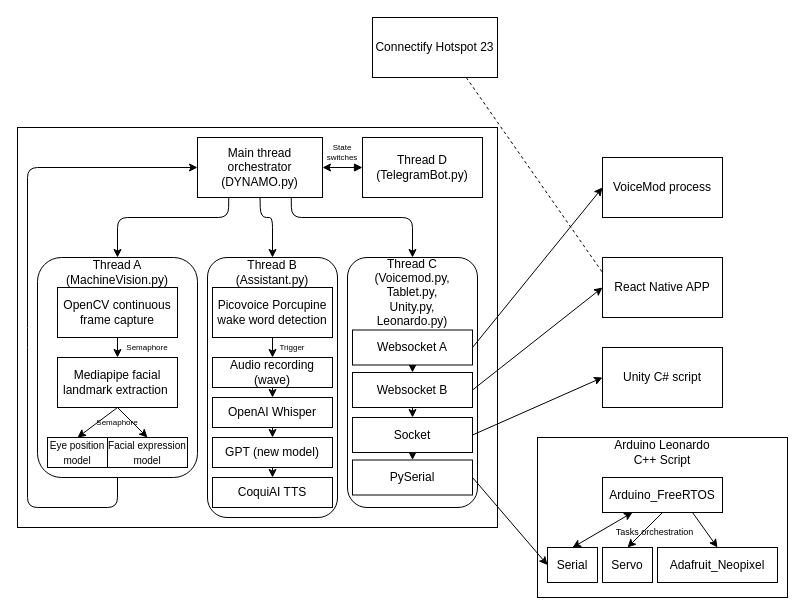
The draw.io diagram Software.drawio in MekhyW/DYNAMO-Electronic_Fursuit-2.0, before the edit. Source tidied: cells renumbered, new cells numbered last; positions are measured from the earlier drawing's top-left corner, leaving out a move shared by most shapes. Both pictures are drawn from the tidied source at 100%, with x=0, y=0 at pixel (17, 17).
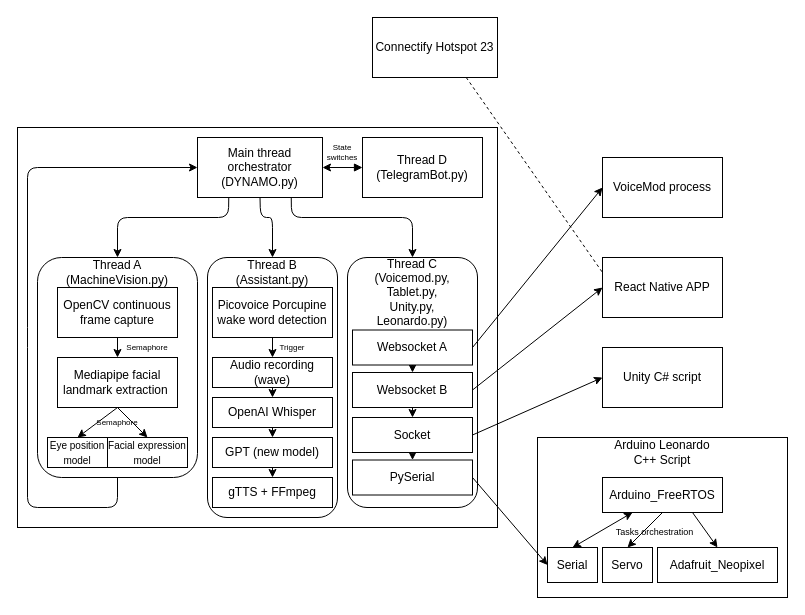
The same page after the edit.

Diff of the diagram source:
```diff
@@
-    <mxCell id="33" value="CoquiAI TTS" style="rounded=0;whiteSpace=wrap;html=1;fontSize=12;" parent="1" vertex="1">
+    <mxCell id="33" value="gTTS + FFmpeg" style="rounded=0;whiteSpace=wrap;html=1;fontSize=12;" parent="1" vertex="1">
       <mxGeometry x="195" y="460" width="120" height="30" as="geometry" />
     </mxCell>
```
